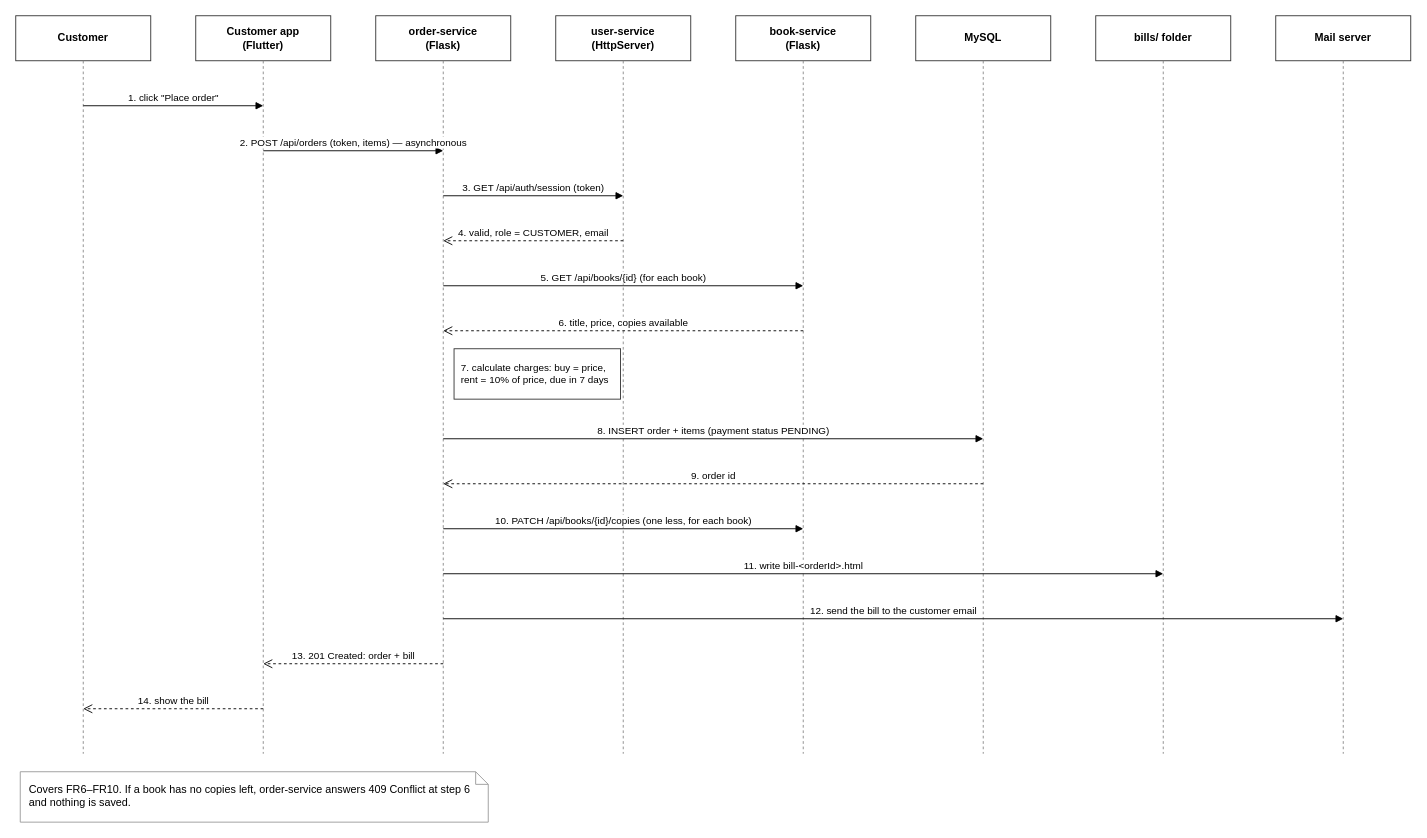
The draw.io diagram docs/02-design/diagrams/sequence-place-order.drawio in KFUPMer/csce310-bookstore, before the edit. Source tidied: cells renumbered, new cells numbered last; positions are measured from the earlier drawing's top-left corner, leaving out a move shared by most shapes. Both pictures are drawn from the tidied source at 90%, with x=0, y=0 at pixel (15, 15).
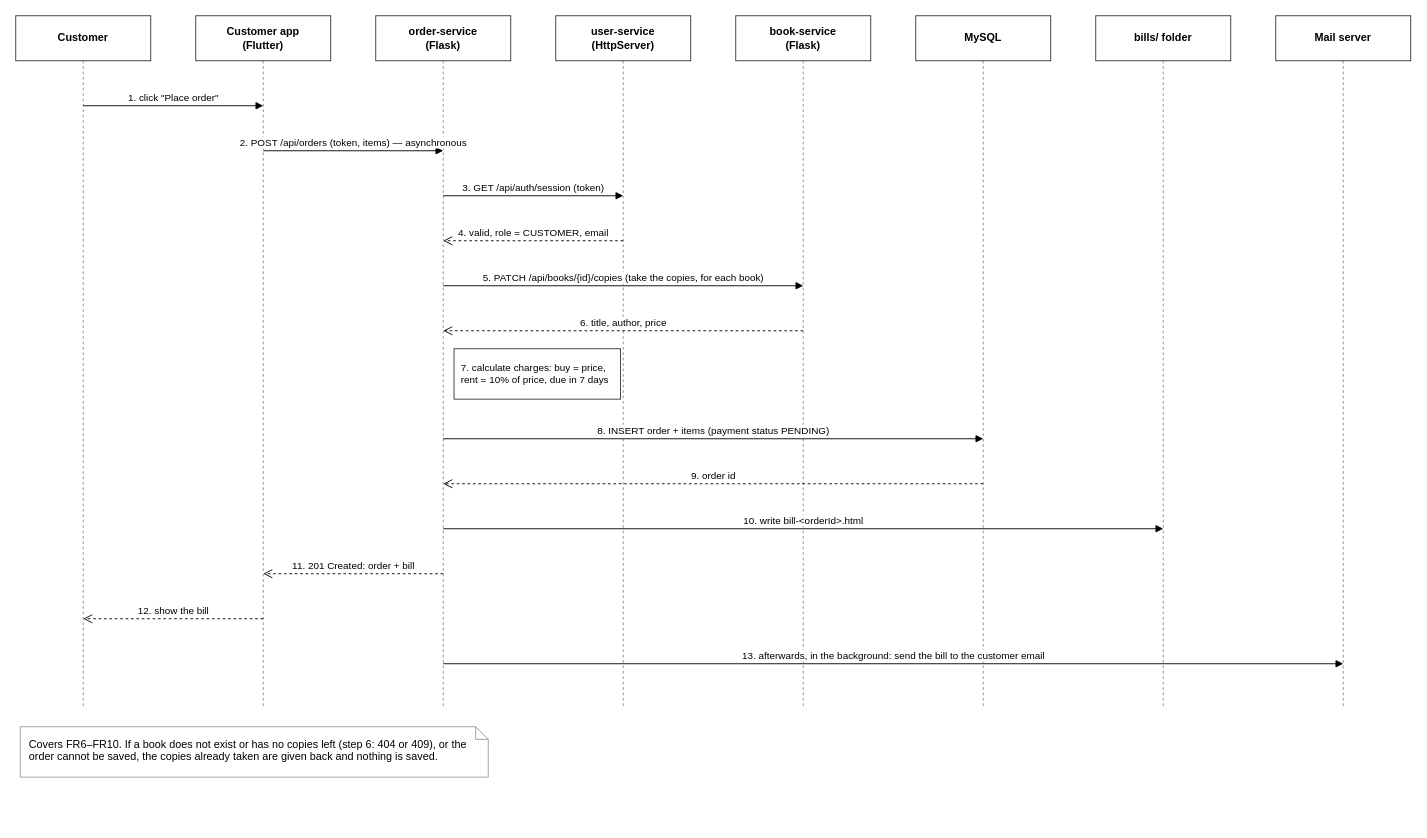
The same page after the edit.

Diff of the diagram source:
```diff
@@
     <mxCell id="3" style="endArrow=none;dashed=1;html=1;strokeColor=#888888;" parent="1" edge="1">
       <mxGeometry relative="1" as="geometry">
         <mxPoint x="75" y="50" as="sourcePoint" />
-        <mxPoint x="75" y="820" as="targetPoint" />
+        <mxPoint x="75" y="770" as="targetPoint" />
       </mxGeometry>
     </mxCell>
@@
     <mxCell id="5" style="endArrow=none;dashed=1;html=1;strokeColor=#888888;" parent="1" edge="1">
       <mxGeometry relative="1" as="geometry">
         <mxPoint x="275" y="50" as="sourcePoint" />
-        <mxPoint x="275" y="820" as="targetPoint" />
+        <mxPoint x="275" y="770" as="targetPoint" />
       </mxGeometry>
     </mxCell>
@@
     <mxCell id="7" style="endArrow=none;dashed=1;html=1;strokeColor=#888888;" parent="1" edge="1">
       <mxGeometry relative="1" as="geometry">
         <mxPoint x="475" y="50" as="sourcePoint" />
-        <mxPoint x="475" y="820" as="targetPoint" />
+        <mxPoint x="475" y="770" as="targetPoint" />
       </mxGeometry>
     </mxCell>
@@
     <mxCell id="9" style="endArrow=none;dashed=1;html=1;strokeColor=#888888;" parent="1" edge="1">
       <mxGeometry relative="1" as="geometry">
         <mxPoint x="675" y="50" as="sourcePoint" />
-        <mxPoint x="675" y="820" as="targetPoint" />
+        <mxPoint x="675" y="770" as="targetPoint" />
       </mxGeometry>
     </mxCell>
@@
     <mxCell id="11" style="endArrow=none;dashed=1;html=1;strokeColor=#888888;" parent="1" edge="1">
       <mxGeometry relative="1" as="geometry">
         <mxPoint x="875" y="50" as="sourcePoint" />
-        <mxPoint x="875" y="820" as="targetPoint" />
+        <mxPoint x="875" y="770" as="targetPoint" />
       </mxGeometry>
     </mxCell>
@@
     <mxCell id="13" style="endArrow=none;dashed=1;html=1;strokeColor=#888888;" parent="1" edge="1">
       <mxGeometry relative="1" as="geometry">
         <mxPoint x="1075" y="50" as="sourcePoint" />
-        <mxPoint x="1075" y="820" as="targetPoint" />
+        <mxPoint x="1075" y="770" as="targetPoint" />
       </mxGeometry>
     </mxCell>
@@
     <mxCell id="15" style="endArrow=none;dashed=1;html=1;strokeColor=#888888;" parent="1" edge="1">
       <mxGeometry relative="1" as="geometry">
         <mxPoint x="1275" y="50" as="sourcePoint" />
-        <mxPoint x="1275" y="820" as="targetPoint" />
+        <mxPoint x="1275" y="770" as="targetPoint" />
       </mxGeometry>
     </mxCell>
@@
     <mxCell id="17" style="endArrow=none;dashed=1;html=1;strokeColor=#888888;" parent="1" edge="1">
       <mxGeometry relative="1" as="geometry">
         <mxPoint x="1475" y="50" as="sourcePoint" />
-        <mxPoint x="1475" y="820" as="targetPoint" />
+        <mxPoint x="1475" y="770" as="targetPoint" />
       </mxGeometry>
     </mxCell>
@@
-    <mxCell id="22" value="5. GET /api/books/{id} (for each book)" style="endArrow=block;endFill=1;html=1;rounded=0;fontSize=11;verticalAlign=bottom;" parent="1" edge="1">
+    <mxCell id="22" value="5. PATCH /api/books/{id}/copies (take the copies, for each book)" style="endArrow=block;endFill=1;html=1;rounded=0;fontSize=11;verticalAlign=bottom;" parent="1" edge="1">
       <mxGeometry relative="1" as="geometry">
         <mxPoint x="475" y="300" as="sourcePoint" />
         <mxPoint x="875" y="300" as="targetPoint" />
       </mxGeometry>
     </mxCell>
-    <mxCell id="23" value="6. title, price, copies available" style="endArrow=open;endSize=8;dashed=1;html=1;rounded=0;fontSize=11;verticalAlign=bottom;" parent="1" edge="1">
+    <mxCell id="23" value="6. title, author, price" style="endArrow=open;endSize=8;dashed=1;html=1;rounded=0;fontSize=11;verticalAlign=bottom;" parent="1" edge="1">
       <mxGeometry relative="1" as="geometry">
         <mxPoint x="875" y="350" as="sourcePoint" />
         <mxPoint x="475" y="350" as="targetPoint" />
       </mxGeometry>
     </mxCell>
@@
-    <mxCell id="27" value="10. PATCH /api/books/{id}/copies (one less, for each book)" style="endArrow=block;endFill=1;html=1;rounded=0;fontSize=11;verticalAlign=bottom;" parent="1" edge="1">
+    <mxCell id="27" value="10. write bill-&amp;lt;orderId&amp;gt;.html" style="endArrow=block;endFill=1;html=1;rounded=0;fontSize=11;verticalAlign=bottom;" parent="1" edge="1">
       <mxGeometry relative="1" as="geometry">
         <mxPoint x="475" y="570" as="sourcePoint" />
-        <mxPoint x="875" y="570" as="targetPoint" />
+        <mxPoint x="1275" y="570" as="targetPoint" />
       </mxGeometry>
     </mxCell>
-    <mxCell id="28" value="11. write bill-&amp;lt;orderId&amp;gt;.html" style="endArrow=block;endFill=1;html=1;rounded=0;fontSize=11;verticalAlign=bottom;" parent="1" edge="1">
+    <mxCell id="28" value="11. 201 Created: order + bill" style="endArrow=open;endSize=8;dashed=1;html=1;rounded=0;fontSize=11;verticalAlign=bottom;" parent="1" edge="1">
       <mxGeometry relative="1" as="geometry">
         <mxPoint x="475" y="620" as="sourcePoint" />
-        <mxPoint x="1275" y="620" as="targetPoint" />
+        <mxPoint x="275" y="620" as="targetPoint" />
       </mxGeometry>
     </mxCell>
-    <mxCell id="29" value="12. send the bill to the customer email" style="endArrow=block;endFill=1;html=1;rounded=0;fontSize=11;verticalAlign=bottom;" parent="1" edge="1">
+    <mxCell id="29" value="12. show the bill" style="endArrow=open;endSize=8;dashed=1;html=1;rounded=0;fontSize=11;verticalAlign=bottom;" parent="1" edge="1">
       <mxGeometry relative="1" as="geometry">
-        <mxPoint x="475" y="670" as="sourcePoint" />
-        <mxPoint x="1475" y="670" as="targetPoint" />
+        <mxPoint x="275" y="670" as="sourcePoint" />
+        <mxPoint x="75" y="670" as="targetPoint" />
       </mxGeometry>
     </mxCell>
-    <mxCell id="30" value="13. 201 Created: order + bill" style="endArrow=open;endSize=8;dashed=1;html=1;rounded=0;fontSize=11;verticalAlign=bottom;" parent="1" edge="1">
+    <mxCell id="30" value="13. afterwards, in the background: send the bill to the customer email" style="endArrow=block;endFill=1;html=1;rounded=0;fontSize=11;verticalAlign=bottom;" parent="1" edge="1">
       <mxGeometry relative="1" as="geometry">
         <mxPoint x="475" y="720" as="sourcePoint" />
-        <mxPoint x="275" y="720" as="targetPoint" />
+        <mxPoint x="1475" y="720" as="targetPoint" />
       </mxGeometry>
     </mxCell>
-    <mxCell id="31" value="14. show the bill" style="endArrow=open;endSize=8;dashed=1;html=1;rounded=0;fontSize=11;verticalAlign=bottom;" parent="1" edge="1">
-      <mxGeometry relative="1" as="geometry">
-        <mxPoint x="275" y="770" as="sourcePoint" />
-        <mxPoint x="75" y="770" as="targetPoint" />
-      </mxGeometry>
+    <mxCell id="31" value="Covers FR6–FR10. If a book does not exist or has no copies left (step 6: 404 or 409), or the order cannot be saved, the copies already taken are given back and nothing is saved." style="shape=note;size=14;whiteSpace=wrap;html=1;align=left;verticalAlign=top;spacingLeft=8;spacingTop=6;fillColor=#ffffff;strokeColor=#999999;fontSize=12;" parent="1" vertex="1">
+      <mxGeometry x="5" y="790" width="520" height="56" as="geometry" />
     </mxCell>
-    <mxCell id="32" value="Covers FR6–FR10. If a book has no copies left, order-service answers 409 Conflict at step 6 and nothing is saved." style="shape=note;size=14;whiteSpace=wrap;html=1;align=left;verticalAlign=top;spacingLeft=8;spacingTop=6;fillColor=#ffffff;strokeColor=#999999;fontSize=12;" parent="1" vertex="1">
-      <mxGeometry x="5" y="840" width="520" height="56" as="geometry" />
-    </mxCell>
```
